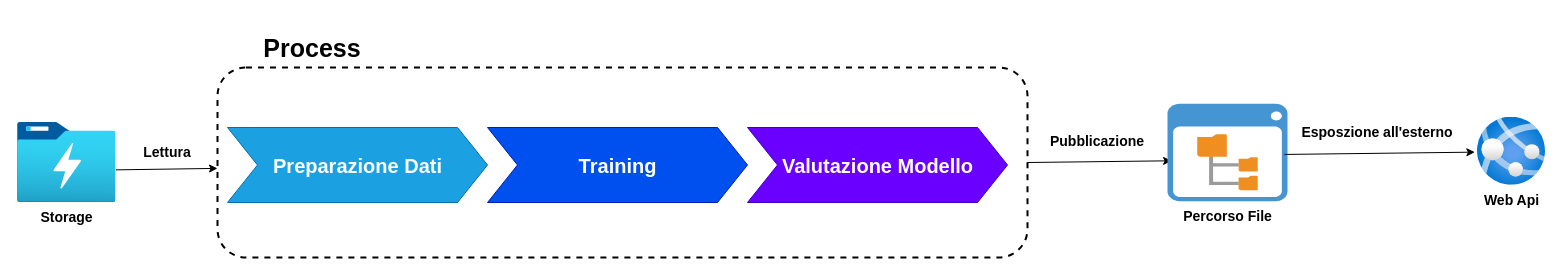
Earlier version of the draw.io diagram page "Recommender System" (4 of 4) of Documentazione/Tesi/Diagrammi/Architettura.drawio (speaking-codes/QuickApp). Source tidied: cells renumbered, new cells numbered last; positions are measured from the earlier drawing's top-left corner, leaving out a move shared by most shapes. Both pictures are drawn from the tidied source at 100%, with x=0, y=0 at pixel (17, 17).
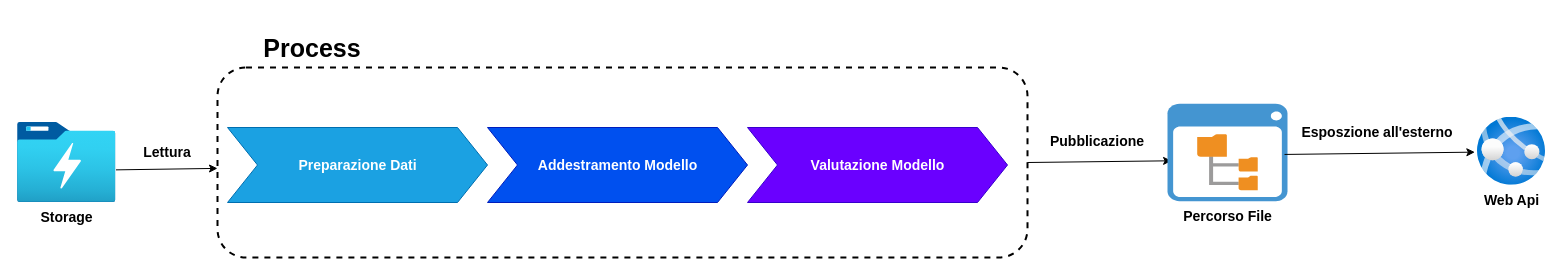
The same page after the edit.

The edit, as a diff of the source:
```diff
@@
 <mxGraphModel>
   <root>
     <mxCell id="0" />
     <mxCell id="1" parent="0" />
     <mxCell id="2" value="Storage" style="image;html=1;points=[];align=center;fontSize=14;image=img/lib/azure2/analytics/Data_Lake_Store_Gen1.svg;fontStyle=1;" parent="1" vertex="1">
       <mxGeometry y="105" width="98.5" height="80" as="geometry" />
     </mxCell>
     <mxCell id="3" style="rounded=1;whiteSpace=wrap;html=1;dashed=1;strokeWidth=2;fillColor=none;" parent="1" vertex="1">
       <mxGeometry x="200" y="50" width="810" height="190" as="geometry" />
     </mxCell>
     <mxCell id="4" value="Process" style="text;html=1;align=center;verticalAlign=middle;whiteSpace=wrap;rounded=0;fontStyle=1;fontSize=25;" parent="1" vertex="1">
       <mxGeometry x="220" width="150" height="60" as="geometry" />
     </mxCell>
     <mxCell id="5" style="endArrow=classic;html=1;rounded=0;exitX=1;exitY=0.592;exitDx=0;exitDy=0;exitPerimeter=0;" parent="1" edge="1" source="2" target="3">
       <mxGeometry relative="1" as="geometry" />
     </mxCell>
     <mxCell id="6" value="Lettura" style="text;html=1;align=center;verticalAlign=middle;whiteSpace=wrap;rounded=0;fontStyle=1;fontSize=14;" parent="1" vertex="1">
       <mxGeometry x="120" y="120" width="60" height="30" as="geometry" />
     </mxCell>
-    <mxCell id="7" value="Preparazione Dati" style="html=1;shadow=0;dashed=0;align=center;verticalAlign=middle;shape=mxgraph.arrows2.arrow;dy=0;dx=30;notch=30;fontStyle=1;fontSize=20;fillColor=#1ba1e2;strokeColor=#006EAF;fontColor=#ffffff;" parent="1" vertex="1">
+    <mxCell id="7" value="Preparazione Dati" style="html=1;shadow=0;dashed=0;align=center;verticalAlign=middle;shape=mxgraph.arrows2.arrow;dy=0;dx=30;notch=30;fontStyle=1;fontSize=14;fillColor=#1ba1e2;strokeColor=#006EAF;fontColor=#ffffff;" parent="1" vertex="1">
       <mxGeometry x="210" y="110" width="260" height="75" as="geometry" />
     </mxCell>
-    <mxCell id="8" value="Training" style="html=1;shadow=0;dashed=0;align=center;verticalAlign=middle;shape=mxgraph.arrows2.arrow;dy=0;dx=30;notch=30;fontStyle=1;fontSize=20;fillColor=#0050ef;fontColor=#ffffff;strokeColor=#001DBC;" parent="1" vertex="1">
+    <mxCell id="8" value="Addestramento Modello" style="html=1;shadow=0;dashed=0;align=center;verticalAlign=middle;shape=mxgraph.arrows2.arrow;dy=0;dx=30;notch=30;fontStyle=1;fontSize=14;fillColor=#0050ef;fontColor=#ffffff;strokeColor=#001DBC;" parent="1" vertex="1">
       <mxGeometry x="470" y="110" width="260" height="75" as="geometry" />
     </mxCell>
-    <mxCell id="9" value="Valutazione Modello" style="html=1;shadow=0;dashed=0;align=center;verticalAlign=middle;shape=mxgraph.arrows2.arrow;dy=0;dx=30;notch=30;fontStyle=1;fontSize=20;fillColor=#6a00ff;fontColor=#ffffff;strokeColor=#3700CC;" parent="1" vertex="1">
+    <mxCell id="9" value="Valutazione Modello" style="html=1;shadow=0;dashed=0;align=center;verticalAlign=middle;shape=mxgraph.arrows2.arrow;dy=0;dx=30;notch=30;fontStyle=1;fontSize=14;fillColor=#6a00ff;fontColor=#ffffff;strokeColor=#3700CC;" parent="1" vertex="1">
       <mxGeometry x="730" y="110" width="260" height="75" as="geometry" />
     </mxCell>
     <mxCell id="10" style="endArrow=classic;html=1;rounded=0;exitX=1;exitY=0.5;exitDx=0;exitDy=0;entryX=0.034;entryY=0.585;entryDx=0;entryDy=0;entryPerimeter=0;" parent="1" edge="1" source="3" target="11">
       <mxGeometry relative="1" as="geometry" />
     </mxCell>
     <mxCell id="11" value="Percorso File" style="shadow=0;dashed=0;html=1;strokeColor=none;fillColor=#4495D1;labelPosition=center;verticalLabelPosition=bottom;verticalAlign=top;align=center;outlineConnect=0;shape=mxgraph.veeam.2d.file_system_browser;fontSize=14;fontStyle=1;" parent="1" vertex="1">
       <mxGeometry x="1150" y="86.3" width="120" height="97.4" as="geometry" />
     </mxCell>
     <mxCell id="12" value="Pubblicazione" style="text;html=1;align=center;verticalAlign=middle;whiteSpace=wrap;rounded=0;fontStyle=1;fontSize=14;" parent="1" vertex="1">
       <mxGeometry x="1050" y="108.7" width="60" height="30" as="geometry" />
     </mxCell>
     <mxCell id="13" style="endArrow=classic;html=1;rounded=0;exitX=0.975;exitY=0.52;exitDx=0;exitDy=0;exitPerimeter=0;entryX=-0.039;entryY=0.514;entryDx=0;entryDy=0;entryPerimeter=0;" parent="1" edge="1" source="11" target="14">
       <mxGeometry relative="1" as="geometry" />
     </mxCell>
     <mxCell id="14" value="Web Api" style="image;html=1;points=[];align=center;fontSize=14;image=img/lib/azure2/app_services/App_Services.svg;fontStyle=1;" parent="1" vertex="1">
       <mxGeometry x="1460" y="99.7" width="68" height="68" as="geometry" />
     </mxCell>
     <mxCell id="15" value="Esposzione all'esterno" style="text;html=1;align=center;verticalAlign=middle;whiteSpace=wrap;rounded=0;fontStyle=1;fontSize=14;" parent="1" vertex="1">
       <mxGeometry x="1280" y="99.7" width="160" height="30" as="geometry" />
     </mxCell>
   </root>
 </mxGraphModel>
```
